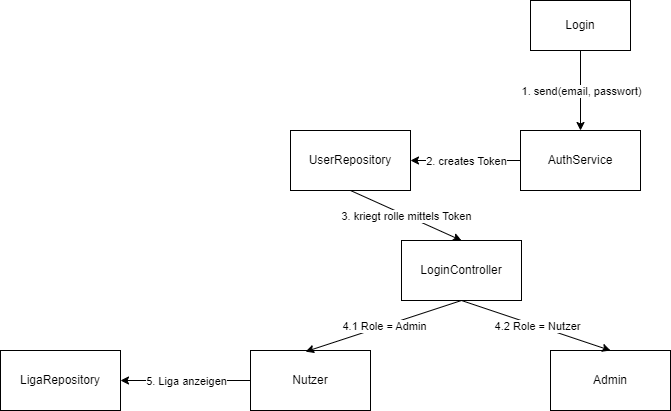
The draw.io diagram V3/Kommunikationsdiagramm_Login.png in alexgrebe/Kicktipp_project, before a commit. Source tidied: cells renumbered, new cells last; positions are measured from the earlier drawing's top-left corner, leaving out a move shared by most shapes. Source of this version:
```xml
<mxGraphModel>
  <root>
    <mxCell id="0" />
    <mxCell id="1" parent="0" />
    <mxCell id="2" value="Login" style="rounded=0;whiteSpace=wrap;html=1;" parent="1" vertex="1">
      <mxGeometry x="530" width="100" height="50" as="geometry" />
    </mxCell>
    <mxCell id="3" value="LoginController" style="rounded=0;whiteSpace=wrap;html=1;" parent="1" vertex="1">
      <mxGeometry x="401" y="240" width="120" height="60" as="geometry" />
    </mxCell>
    <mxCell id="4" value="UserRepository" style="rounded=0;whiteSpace=wrap;html=1;" parent="1" vertex="1">
      <mxGeometry x="290" y="130" width="120" height="60" as="geometry" />
    </mxCell>
    <mxCell id="5" value="AuthService" style="rounded=0;whiteSpace=wrap;html=1;" parent="1" vertex="1">
      <mxGeometry x="520" y="130" width="120" height="60" as="geometry" />
    </mxCell>
    <mxCell id="6" style="endArrow=classic;html=1;rounded=0;entryX=0.5;entryY=0;entryDx=0;entryDy=0;exitX=0.5;exitY=1;exitDx=0;exitDy=0;" parent="1" edge="1" source="2" target="5">
      <mxGeometry relative="1" as="geometry" />
    </mxCell>
    <mxCell id="7" value="1. send(email, passwort)" style="edgeLabel;html=1;align=center;verticalAlign=middle;" parent="6" vertex="1">
      <mxGeometry relative="1" as="geometry" />
    </mxCell>
    <mxCell id="8" style="endArrow=classic;html=1;rounded=0;exitX=0.5;exitY=1;exitDx=0;exitDy=0;entryX=0.5;entryY=0;entryDx=0;entryDy=0;" parent="1" edge="1" source="4" target="3">
      <mxGeometry relative="1" as="geometry" />
    </mxCell>
    <mxCell id="9" value="3. kriegt rolle mittels Token" style="edgeLabel;html=1;align=center;verticalAlign=middle;" parent="8" vertex="1">
      <mxGeometry relative="1" as="geometry" />
    </mxCell>
    <mxCell id="10" style="endArrow=classic;html=1;rounded=0;exitX=0;exitY=0.5;exitDx=0;exitDy=0;entryX=1;entryY=0.5;entryDx=0;entryDy=0;" parent="1" edge="1" source="5" target="4">
      <mxGeometry relative="1" as="geometry" />
    </mxCell>
    <mxCell id="11" value="2. creates Token" style="edgeLabel;html=1;align=center;verticalAlign=middle;" parent="10" vertex="1">
      <mxGeometry relative="1" as="geometry" />
    </mxCell>
    <mxCell id="12" value="Nutzer" style="rounded=0;whiteSpace=wrap;html=1;" parent="1" vertex="1">
      <mxGeometry x="250" y="350" width="120" height="60" as="geometry" />
    </mxCell>
    <mxCell id="13" value="Admin" style="rounded=0;whiteSpace=wrap;html=1;" parent="1" vertex="1">
      <mxGeometry x="550" y="350" width="120" height="60" as="geometry" />
    </mxCell>
    <mxCell id="14" style="endArrow=classic;html=1;rounded=0;exitX=0.5;exitY=1;exitDx=0;exitDy=0;entryX=0.459;entryY=0.019;entryDx=0;entryDy=0;entryPerimeter=0;" parent="1" edge="1" source="3" target="12">
      <mxGeometry relative="1" as="geometry" />
    </mxCell>
    <mxCell id="15" value="4.1 Role = Admin" style="edgeLabel;html=1;align=center;verticalAlign=middle;" parent="14" vertex="1">
      <mxGeometry relative="1" as="geometry" />
    </mxCell>
    <mxCell id="16" style="endArrow=classic;html=1;rounded=0;exitX=0.5;exitY=1;exitDx=0;exitDy=0;entryX=0.5;entryY=0;entryDx=0;entryDy=0;" parent="1" edge="1" source="3" target="13">
      <mxGeometry relative="1" as="geometry" />
    </mxCell>
    <mxCell id="17" value="4.2 Role = Nutzer" style="edgeLabel;html=1;align=center;verticalAlign=middle;" parent="16" vertex="1">
      <mxGeometry relative="1" as="geometry">
        <mxPoint x="1" as="offset" />
      </mxGeometry>
    </mxCell>
    <mxCell id="18" value="LigaRepository" style="rounded=0;whiteSpace=wrap;html=1;" parent="1" vertex="1">
      <mxGeometry y="350" width="120" height="60" as="geometry" />
    </mxCell>
    <mxCell id="19" style="endArrow=classic;html=1;rounded=0;exitX=0;exitY=0.5;exitDx=0;exitDy=0;entryX=1;entryY=0.5;entryDx=0;entryDy=0;" parent="1" edge="1" source="12" target="18">
      <mxGeometry relative="1" as="geometry" />
    </mxCell>
    <mxCell id="20" value="5. Liga anzeigen" style="edgeLabel;html=1;align=center;verticalAlign=middle;" parent="19" vertex="1">
      <mxGeometry relative="1" as="geometry" />
    </mxCell>
  </root>
</mxGraphModel>
```
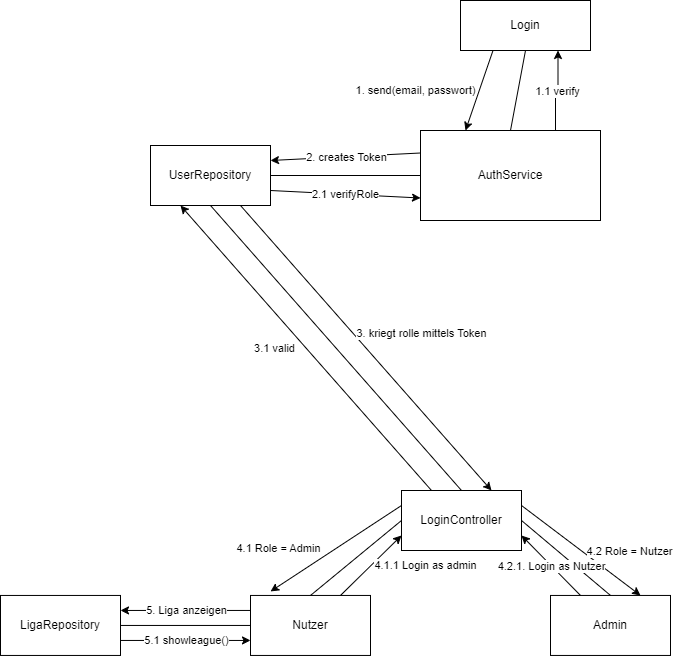
The same diagram one commit later.

Diff of the diagram source:
```diff
@@ -3,63 +3,127 @@
     <mxCell id="0" />
     <mxCell id="1" parent="0" />
     <mxCell id="2" value="Login" style="rounded=0;whiteSpace=wrap;html=1;" parent="1" vertex="1">
-      <mxGeometry x="530" width="100" height="50" as="geometry" />
+      <mxGeometry x="500" width="130" height="50" as="geometry" />
     </mxCell>
     <mxCell id="3" value="LoginController" style="rounded=0;whiteSpace=wrap;html=1;" parent="1" vertex="1">
-      <mxGeometry x="401" y="240" width="120" height="60" as="geometry" />
+      <mxGeometry x="441" y="490" width="120" height="60" as="geometry" />
     </mxCell>
     <mxCell id="4" value="UserRepository" style="rounded=0;whiteSpace=wrap;html=1;" parent="1" vertex="1">
-      <mxGeometry x="290" y="130" width="120" height="60" as="geometry" />
+      <mxGeometry x="190" y="145" width="120" height="60" as="geometry" />
     </mxCell>
     <mxCell id="5" value="AuthService" style="rounded=0;whiteSpace=wrap;html=1;" parent="1" vertex="1">
-      <mxGeometry x="520" y="130" width="120" height="60" as="geometry" />
+      <mxGeometry x="460" y="130" width="180" height="90" as="geometry" />
     </mxCell>
-    <mxCell id="6" style="endArrow=classic;html=1;rounded=0;entryX=0.5;entryY=0;entryDx=0;entryDy=0;exitX=0.5;exitY=1;exitDx=0;exitDy=0;" parent="1" edge="1" source="2" target="5">
+    <mxCell id="6" style="endArrow=classic;html=1;rounded=0;entryX=0.25;entryY=0;entryDx=0;entryDy=0;exitX=0.25;exitY=1;exitDx=0;exitDy=0;" parent="1" edge="1" source="2" target="5">
       <mxGeometry relative="1" as="geometry" />
     </mxCell>
     <mxCell id="7" value="1. send(email, passwort)" style="edgeLabel;html=1;align=center;verticalAlign=middle;" parent="6" vertex="1">
-      <mxGeometry relative="1" as="geometry" />
+      <mxGeometry relative="1" as="geometry">
+        <mxPoint x="-64" as="offset" />
+      </mxGeometry>
     </mxCell>
-    <mxCell id="8" style="endArrow=classic;html=1;rounded=0;exitX=0.5;exitY=1;exitDx=0;exitDy=0;entryX=0.5;entryY=0;entryDx=0;entryDy=0;" parent="1" edge="1" source="4" target="3">
+    <mxCell id="8" style="endArrow=classic;html=1;rounded=0;exitX=0.75;exitY=1;exitDx=0;exitDy=0;entryX=0.75;entryY=0;entryDx=0;entryDy=0;" parent="1" edge="1" source="4" target="3">
       <mxGeometry relative="1" as="geometry" />
     </mxCell>
     <mxCell id="9" value="3. kriegt rolle mittels Token" style="edgeLabel;html=1;align=center;verticalAlign=middle;" parent="8" vertex="1">
-      <mxGeometry relative="1" as="geometry" />
+      <mxGeometry relative="1" as="geometry">
+        <mxPoint x="55" y="-15" as="offset" />
+      </mxGeometry>
     </mxCell>
-    <mxCell id="10" style="endArrow=classic;html=1;rounded=0;exitX=0;exitY=0.5;exitDx=0;exitDy=0;entryX=1;entryY=0.5;entryDx=0;entryDy=0;" parent="1" edge="1" source="5" target="4">
+    <mxCell id="10" style="endArrow=classic;html=1;rounded=0;exitX=0;exitY=0.25;exitDx=0;exitDy=0;entryX=1;entryY=0.25;entryDx=0;entryDy=0;" parent="1" edge="1" source="5" target="4">
       <mxGeometry relative="1" as="geometry" />
     </mxCell>
     <mxCell id="11" value="2. creates Token" style="edgeLabel;html=1;align=center;verticalAlign=middle;" parent="10" vertex="1">
       <mxGeometry relative="1" as="geometry" />
     </mxCell>
     <mxCell id="12" value="Nutzer" style="rounded=0;whiteSpace=wrap;html=1;" parent="1" vertex="1">
-      <mxGeometry x="250" y="350" width="120" height="60" as="geometry" />
+      <mxGeometry x="290" y="595" width="120" height="60" as="geometry" />
     </mxCell>
     <mxCell id="13" value="Admin" style="rounded=0;whiteSpace=wrap;html=1;" parent="1" vertex="1">
-      <mxGeometry x="550" y="350" width="120" height="60" as="geometry" />
+      <mxGeometry x="590" y="595" width="120" height="60" as="geometry" />
     </mxCell>
-    <mxCell id="14" style="endArrow=classic;html=1;rounded=0;exitX=0.5;exitY=1;exitDx=0;exitDy=0;entryX=0.459;entryY=0.019;entryDx=0;entryDy=0;entryPerimeter=0;" parent="1" edge="1" source="3" target="12">
+    <mxCell id="14" style="endArrow=classic;html=1;rounded=0;exitX=0;exitY=0.25;exitDx=0;exitDy=0;entryX=0.167;entryY=-0.067;entryDx=0;entryDy=0;entryPerimeter=0;" parent="1" edge="1" source="3" target="12">
       <mxGeometry relative="1" as="geometry" />
     </mxCell>
     <mxCell id="15" value="4.1 Role = Admin" style="edgeLabel;html=1;align=center;verticalAlign=middle;" parent="14" vertex="1">
-      <mxGeometry relative="1" as="geometry" />
+      <mxGeometry relative="1" as="geometry">
+        <mxPoint x="-58" as="offset" />
+      </mxGeometry>
     </mxCell>
-    <mxCell id="16" style="endArrow=classic;html=1;rounded=0;exitX=0.5;exitY=1;exitDx=0;exitDy=0;entryX=0.5;entryY=0;entryDx=0;entryDy=0;" parent="1" edge="1" source="3" target="13">
+    <mxCell id="16" style="endArrow=classic;html=1;rounded=0;exitX=1;exitY=0.25;exitDx=0;exitDy=0;entryX=0.75;entryY=0;entryDx=0;entryDy=0;" parent="1" edge="1" source="3" target="13">
       <mxGeometry relative="1" as="geometry" />
     </mxCell>
     <mxCell id="17" value="4.2 Role = Nutzer" style="edgeLabel;html=1;align=center;verticalAlign=middle;" parent="16" vertex="1">
       <mxGeometry relative="1" as="geometry">
-        <mxPoint x="1" as="offset" />
+        <mxPoint x="48" as="offset" />
       </mxGeometry>
     </mxCell>
     <mxCell id="18" value="LigaRepository" style="rounded=0;whiteSpace=wrap;html=1;" parent="1" vertex="1">
-      <mxGeometry y="350" width="120" height="60" as="geometry" />
+      <mxGeometry x="40" y="595" width="120" height="60" as="geometry" />
     </mxCell>
-    <mxCell id="19" style="endArrow=classic;html=1;rounded=0;exitX=0;exitY=0.5;exitDx=0;exitDy=0;entryX=1;entryY=0.5;entryDx=0;entryDy=0;" parent="1" edge="1" source="12" target="18">
+    <mxCell id="19" style="endArrow=classic;html=1;rounded=0;exitX=0;exitY=0.25;exitDx=0;exitDy=0;entryX=1;entryY=0.25;entryDx=0;entryDy=0;" parent="1" edge="1" source="12" target="18">
       <mxGeometry relative="1" as="geometry" />
     </mxCell>
     <mxCell id="20" value="5. Liga anzeigen" style="edgeLabel;html=1;align=center;verticalAlign=middle;" parent="19" vertex="1">
       <mxGeometry relative="1" as="geometry" />
     </mxCell>
+    <mxCell id="21" style="endArrow=none;html=1;rounded=0;exitX=0.5;exitY=0;exitDx=0;exitDy=0;entryX=0;entryY=0.5;entryDx=0;entryDy=0;" parent="1" edge="1" source="12" target="3">
+      <mxGeometry relative="1" as="geometry" />
+    </mxCell>
+    <mxCell id="22" style="endArrow=none;html=1;rounded=0;entryX=1;entryY=0.5;entryDx=0;entryDy=0;exitX=0.5;exitY=0;exitDx=0;exitDy=0;" parent="1" edge="1" source="13" target="3">
+      <mxGeometry relative="1" as="geometry" />
+    </mxCell>
+    <mxCell id="23" style="endArrow=none;html=1;rounded=0;entryX=0.5;entryY=1;entryDx=0;entryDy=0;exitX=0.5;exitY=0;exitDx=0;exitDy=0;" parent="1" edge="1" source="5" target="2">
+      <mxGeometry relative="1" as="geometry" />
+    </mxCell>
+    <mxCell id="24" style="endArrow=classic;html=1;rounded=0;exitX=0.75;exitY=0;exitDx=0;exitDy=0;entryX=0.75;entryY=1;entryDx=0;entryDy=0;edgeStyle=orthogonalEdgeStyle;" parent="1" edge="1" source="5" target="2">
+      <mxGeometry relative="1" as="geometry" />
+    </mxCell>
+    <mxCell id="25" value="1.1 verify" style="edgeLabel;html=1;align=center;verticalAlign=middle;" parent="24" vertex="1">
+      <mxGeometry relative="1" as="geometry" />
+    </mxCell>
+    <mxCell id="26" style="endArrow=none;html=1;rounded=0;exitX=1;exitY=0.5;exitDx=0;exitDy=0;entryX=0;entryY=0.5;entryDx=0;entryDy=0;" parent="1" edge="1" source="4" target="5">
+      <mxGeometry relative="1" as="geometry" />
+    </mxCell>
+    <mxCell id="27" style="endArrow=classic;html=1;rounded=0;exitX=1;exitY=0.75;exitDx=0;exitDy=0;entryX=0;entryY=0.75;entryDx=0;entryDy=0;" parent="1" edge="1" source="4" target="5">
+      <mxGeometry relative="1" as="geometry" />
+    </mxCell>
+    <mxCell id="28" value="2.1 verifyRole" style="edgeLabel;html=1;align=center;verticalAlign=middle;" parent="27" vertex="1">
+      <mxGeometry relative="1" as="geometry" />
+    </mxCell>
+    <mxCell id="29" style="endArrow=none;html=1;rounded=0;exitX=0.5;exitY=1;exitDx=0;exitDy=0;entryX=0.5;entryY=0;entryDx=0;entryDy=0;" parent="1" edge="1" source="4" target="3">
+      <mxGeometry relative="1" as="geometry" />
+    </mxCell>
+    <mxCell id="30" style="endArrow=classic;html=1;rounded=0;exitX=0.25;exitY=0;exitDx=0;exitDy=0;entryX=0.25;entryY=1;entryDx=0;entryDy=0;" parent="1" edge="1" source="3" target="4">
+      <mxGeometry relative="1" as="geometry" />
+    </mxCell>
+    <mxCell id="31" value="3.1 valid" style="edgeLabel;html=1;align=center;verticalAlign=middle;" parent="30" vertex="1">
+      <mxGeometry relative="1" as="geometry">
+        <mxPoint x="-32" as="offset" />
+      </mxGeometry>
+    </mxCell>
+    <mxCell id="32" style="endArrow=none;html=1;rounded=0;exitX=1;exitY=0.5;exitDx=0;exitDy=0;entryX=0;entryY=0.5;entryDx=0;entryDy=0;" parent="1" edge="1" source="18" target="12">
+      <mxGeometry relative="1" as="geometry" />
+    </mxCell>
+    <mxCell id="33" style="endArrow=classic;html=1;rounded=0;exitX=1;exitY=0.75;exitDx=0;exitDy=0;entryX=0;entryY=0.75;entryDx=0;entryDy=0;" parent="1" edge="1" source="18" target="12">
+      <mxGeometry relative="1" as="geometry" />
+    </mxCell>
+    <mxCell id="34" value="5.1 showleague()" style="edgeLabel;html=1;align=center;verticalAlign=middle;" parent="33" vertex="1">
+      <mxGeometry relative="1" as="geometry" />
+    </mxCell>
+    <mxCell id="35" style="endArrow=classic;html=1;rounded=0;exitX=0.75;exitY=0;exitDx=0;exitDy=0;entryX=0;entryY=0.75;entryDx=0;entryDy=0;" parent="1" edge="1" source="12" target="3">
+      <mxGeometry relative="1" as="geometry" />
+    </mxCell>
+    <mxCell id="36" value="4.1.1 Login as admin" style="edgeLabel;html=1;align=center;verticalAlign=middle;" parent="35" vertex="1">
+      <mxGeometry relative="1" as="geometry">
+        <mxPoint x="54" as="offset" />
+      </mxGeometry>
+    </mxCell>
+    <mxCell id="37" style="endArrow=classic;html=1;rounded=0;exitX=0.25;exitY=0;exitDx=0;exitDy=0;entryX=1;entryY=0.75;entryDx=0;entryDy=0;" parent="1" edge="1" source="13" target="3">
+      <mxGeometry relative="1" as="geometry" />
+    </mxCell>
+    <mxCell id="38" value="4.2.1. Login as Nutzer" style="edgeLabel;html=1;align=center;verticalAlign=middle;" parent="37" vertex="1">
+      <mxGeometry relative="1" as="geometry" />
+    </mxCell>
   </root>
 </mxGraphModel>
```
